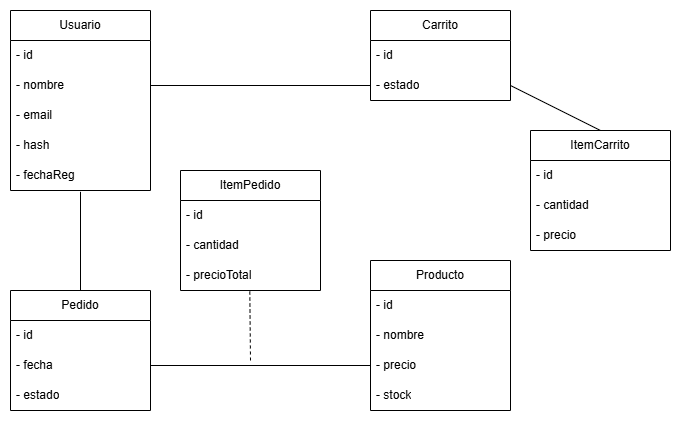
Before: drawio/modelo_dominio.drawio.png, a diagram exported from draw.io (Diesanz/PruebasCargaWeb). Source tidied: cells renumbered, new cells last; positions are measured from the earlier drawing's top-left corner, leaving out a move shared by most shapes.
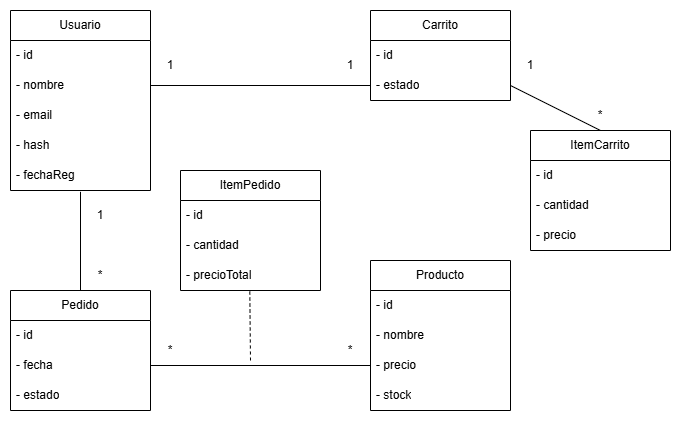
The same file after the commit.

Change to the diagram source:
```diff
@@ -97,5 +97,29 @@
         <mxPoint x="240" y="350" as="sourcePoint" />
       </mxGeometry>
     </mxCell>
+    <mxCell id="33" value="1" style="text;html=1;align=center;verticalAlign=middle;whiteSpace=wrap;rounded=0;rotation=0;" parent="1" vertex="1">
+      <mxGeometry x="150" y="40" width="20" height="30" as="geometry" />
+    </mxCell>
+    <mxCell id="34" value="1" style="text;html=1;align=center;verticalAlign=middle;whiteSpace=wrap;rounded=0;rotation=0;" parent="1" vertex="1">
+      <mxGeometry x="330" y="40" width="20" height="30" as="geometry" />
+    </mxCell>
+    <mxCell id="35" value="1" style="text;html=1;align=center;verticalAlign=middle;whiteSpace=wrap;rounded=0;rotation=0;" parent="1" vertex="1">
+      <mxGeometry x="80" y="190" width="20" height="30" as="geometry" />
+    </mxCell>
+    <mxCell id="36" value="*" style="text;html=1;align=center;verticalAlign=middle;whiteSpace=wrap;rounded=0;rotation=0;" parent="1" vertex="1">
+      <mxGeometry x="80" y="260" width="20" height="10" as="geometry" />
+    </mxCell>
+    <mxCell id="37" value="*" style="text;html=1;align=center;verticalAlign=middle;whiteSpace=wrap;rounded=0;rotation=0;" parent="1" vertex="1">
+      <mxGeometry x="150" y="335" width="20" height="10" as="geometry" />
+    </mxCell>
+    <mxCell id="38" value="*" style="text;html=1;align=center;verticalAlign=middle;whiteSpace=wrap;rounded=0;rotation=0;" parent="1" vertex="1">
+      <mxGeometry x="330" y="335" width="20" height="10" as="geometry" />
+    </mxCell>
+    <mxCell id="39" value="1" style="text;html=1;align=center;verticalAlign=middle;whiteSpace=wrap;rounded=0;rotation=0;" parent="1" vertex="1">
+      <mxGeometry x="510" y="40" width="20" height="30" as="geometry" />
+    </mxCell>
+    <mxCell id="40" value="*" style="text;html=1;align=center;verticalAlign=middle;whiteSpace=wrap;rounded=0;rotation=0;" parent="1" vertex="1">
+      <mxGeometry x="580" y="100" width="20" height="10" as="geometry" />
+    </mxCell>
   </root>
 </mxGraphModel>
```
